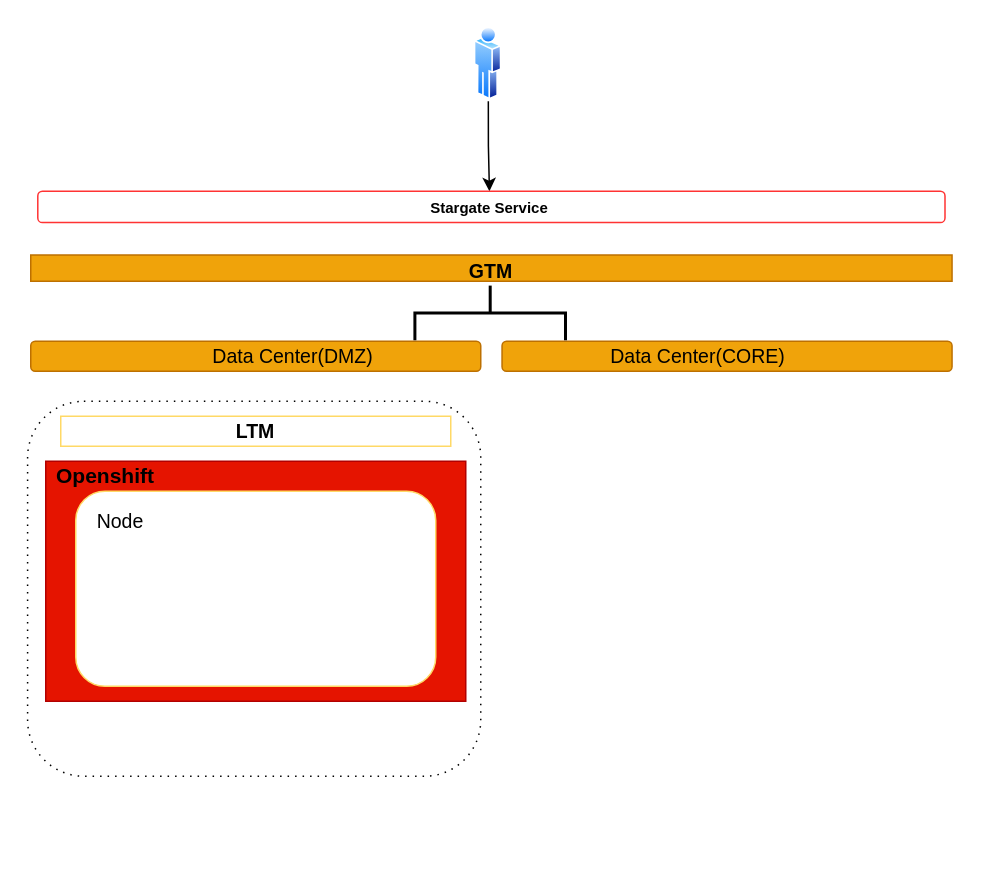
Above: app architecture.drawio in borraviram/hello (draw.io), before the change. Source tidied: cells renumbered, new cells numbered last; positions are measured from the earlier drawing's top-left corner, leaving out a move shared by most shapes. Both pictures are drawn from the tidied source at 150%, with x=0, y=0 at pixel (27, 26).
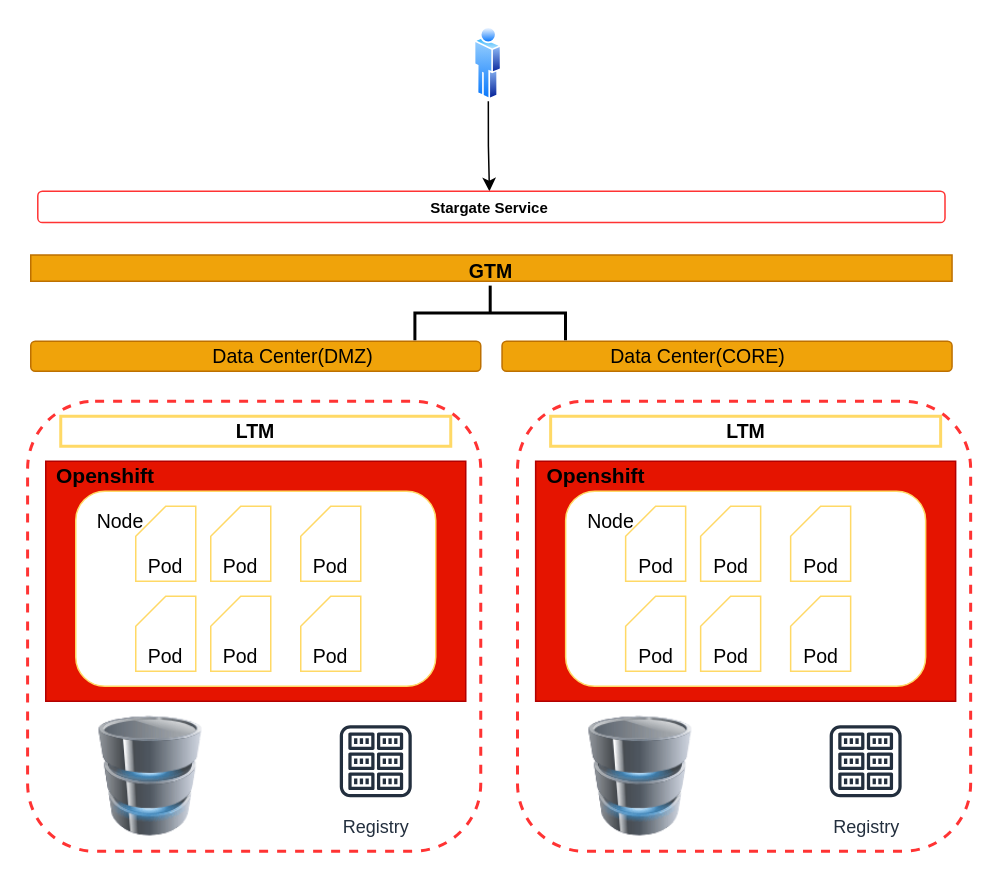
The same diagram, later.

Diff of the diagram source:
```diff
@@
-    <mxCell id="6" style="shape=ext;rounded=1;html=1;whiteSpace=wrap;dashed=1;dashPattern=1 4;fontSize=13;align=left;" parent="1" vertex="1">
-      <mxGeometry x="-0.1" y="250" width="302.1" height="250" as="geometry" />
+    <mxCell id="6" style="shape=ext;rounded=1;html=1;whiteSpace=wrap;dashed=1;fontSize=13;align=left;strokeColor=#FF3333;strokeWidth=2;" parent="1" vertex="1">
+      <mxGeometry x="-0.1" y="250" width="302.1" height="300" as="geometry" />
     </mxCell>
@@
-    <mxCell id="12" value="&lt;b&gt;LTM&lt;/b&gt;" style="rounded=0;whiteSpace=wrap;html=1;fontSize=13;strokeColor=#FFD966;" parent="1" vertex="1">
+    <mxCell id="12" value="&lt;b&gt;LTM&lt;/b&gt;" style="rounded=0;whiteSpace=wrap;html=1;fontSize=13;strokeColor=#FFD966;strokeWidth=2;" parent="1" vertex="1">
       <mxGeometry x="22" y="260" width="260" height="20" as="geometry" />
     </mxCell>
@@
+    <mxCell id="19" style="shape=card;whiteSpace=wrap;html=1;strokeColor=#FFD966;fontSize=13;size=20;" parent="1" vertex="1">
+      <mxGeometry x="72" y="320" width="40" height="50" as="geometry" />
+    </mxCell>
+    <mxCell id="20" style="shape=card;whiteSpace=wrap;html=1;strokeColor=#FFD966;fontSize=13;size=20;" parent="1" vertex="1">
+      <mxGeometry x="72" y="380" width="40" height="50" as="geometry" />
+    </mxCell>
+    <mxCell id="21" style="shape=card;whiteSpace=wrap;html=1;strokeColor=#FFD966;fontSize=13;size=20;" parent="1" vertex="1">
+      <mxGeometry x="182" y="320" width="40" height="50" as="geometry" />
+    </mxCell>
+    <mxCell id="22" style="shape=card;whiteSpace=wrap;html=1;strokeColor=#FFD966;fontSize=13;size=20;" parent="1" vertex="1">
+      <mxGeometry x="122" y="320" width="40" height="50" as="geometry" />
+    </mxCell>
+    <mxCell id="23" style="shape=card;whiteSpace=wrap;html=1;strokeColor=#FFD966;fontSize=13;size=20;" parent="1" vertex="1">
+      <mxGeometry x="182" y="380" width="40" height="50" as="geometry" />
+    </mxCell>
+    <mxCell id="24" style="shape=card;whiteSpace=wrap;html=1;strokeColor=#FFD966;fontSize=13;size=20;" parent="1" vertex="1">
+      <mxGeometry x="122" y="380" width="40" height="50" as="geometry" />
+    </mxCell>
+    <mxCell id="25" value="Pod" style="text;html=1;strokeColor=none;fillColor=none;align=center;verticalAlign=middle;whiteSpace=wrap;rounded=0;fontSize=13;" parent="1" vertex="1">
+      <mxGeometry x="72" y="350" width="40" height="20" as="geometry" />
+    </mxCell>
+    <mxCell id="26" value="Pod" style="text;html=1;strokeColor=none;fillColor=none;align=center;verticalAlign=middle;whiteSpace=wrap;rounded=0;fontSize=13;" parent="1" vertex="1">
+      <mxGeometry x="122" y="410" width="40" height="20" as="geometry" />
+    </mxCell>
+    <mxCell id="27" value="Pod" style="text;html=1;strokeColor=none;fillColor=none;align=center;verticalAlign=middle;whiteSpace=wrap;rounded=0;fontSize=13;" parent="1" vertex="1">
+      <mxGeometry x="72" y="410" width="40" height="20" as="geometry" />
+    </mxCell>
+    <mxCell id="28" value="Pod" style="text;html=1;strokeColor=none;fillColor=none;align=center;verticalAlign=middle;whiteSpace=wrap;rounded=0;fontSize=13;" parent="1" vertex="1">
+      <mxGeometry x="122" y="350" width="40" height="20" as="geometry" />
+    </mxCell>
+    <mxCell id="29" value="Pod" style="text;html=1;strokeColor=none;fillColor=none;align=center;verticalAlign=middle;whiteSpace=wrap;rounded=0;fontSize=13;" parent="1" vertex="1">
+      <mxGeometry x="182" y="350" width="40" height="20" as="geometry" />
+    </mxCell>
+    <mxCell id="30" value="Pod" style="text;html=1;strokeColor=none;fillColor=none;align=center;verticalAlign=middle;whiteSpace=wrap;rounded=0;fontSize=13;" parent="1" vertex="1">
+      <mxGeometry x="182" y="410" width="40" height="20" as="geometry" />
+    </mxCell>
+    <mxCell id="31" value="Registry" style="fontColor=#232F3E;gradientColor=none;strokeColor=#232F3E;fillColor=#ffffff;dashed=0;verticalLabelPosition=bottom;verticalAlign=top;align=center;html=1;fontSize=12;fontStyle=0;shape=mxgraph.aws4.resourceIcon;resIcon=mxgraph.aws4.registry;" parent="1" vertex="1">
+      <mxGeometry x="202" y="460" width="60" height="60" as="geometry" />
+    </mxCell>
+    <mxCell id="32" style="image;html=1;image=img/lib/clip_art/computers/Database_128x128.png;strokeColor=#FFD966;fontSize=13;" parent="1" vertex="1">
+      <mxGeometry x="42" y="460" width="80" height="80" as="geometry" />
+    </mxCell>
+    <mxCell id="33" style="shape=ext;rounded=1;html=1;whiteSpace=wrap;dashed=1;fontSize=13;align=left;strokeColor=#FF3333;strokeWidth=2;" parent="1" vertex="1">
+      <mxGeometry x="326.5" y="250" width="302.1" height="300" as="geometry" />
+    </mxCell>
+    <mxCell id="34" value="&lt;b&gt;LTM&lt;/b&gt;" style="rounded=0;whiteSpace=wrap;html=1;fontSize=13;strokeColor=#FFD966;strokeWidth=2;" parent="1" vertex="1">
+      <mxGeometry x="348.6" y="260" width="260" height="20" as="geometry" />
+    </mxCell>
+    <mxCell id="35" style="rounded=0;whiteSpace=wrap;html=1;strokeColor=#B20000;fontSize=13;fillColor=#e51400;fontColor=#ffffff;" parent="1" vertex="1">
+      <mxGeometry x="338.6" y="290" width="280" height="160" as="geometry" />
+    </mxCell>
+    <mxCell id="36" value="&lt;b&gt;&lt;font style=&quot;font-size: 14px&quot;&gt;Openshift&lt;/font&gt;&lt;/b&gt;" style="text;html=1;strokeColor=none;fillColor=none;align=center;verticalAlign=middle;whiteSpace=wrap;rounded=0;fontSize=13;" parent="1" vertex="1">
+      <mxGeometry x="358.6" y="290" width="40" height="20" as="geometry" />
+    </mxCell>
+    <mxCell id="37" style="rounded=1;whiteSpace=wrap;html=1;strokeColor=#FFD966;fontSize=13;" parent="1" vertex="1">
+      <mxGeometry x="358.6" y="310" width="240" height="130" as="geometry" />
+    </mxCell>
+    <mxCell id="38" value="Node" style="text;html=1;strokeColor=none;fillColor=none;align=center;verticalAlign=middle;whiteSpace=wrap;rounded=0;fontSize=13;" parent="1" vertex="1">
+      <mxGeometry x="368.6" y="320" width="40" height="20" as="geometry" />
+    </mxCell>
+    <mxCell id="39" style="shape=card;whiteSpace=wrap;html=1;strokeColor=#FFD966;fontSize=13;size=20;" parent="1" vertex="1">
+      <mxGeometry x="398.6" y="320" width="40" height="50" as="geometry" />
+    </mxCell>
+    <mxCell id="40" style="shape=card;whiteSpace=wrap;html=1;strokeColor=#FFD966;fontSize=13;size=20;" parent="1" vertex="1">
+      <mxGeometry x="398.6" y="380" width="40" height="50" as="geometry" />
+    </mxCell>
+    <mxCell id="41" style="shape=card;whiteSpace=wrap;html=1;strokeColor=#FFD966;fontSize=13;size=20;" parent="1" vertex="1">
+      <mxGeometry x="508.6" y="320" width="40" height="50" as="geometry" />
+    </mxCell>
+    <mxCell id="42" style="shape=card;whiteSpace=wrap;html=1;strokeColor=#FFD966;fontSize=13;size=20;" parent="1" vertex="1">
+      <mxGeometry x="448.6" y="320" width="40" height="50" as="geometry" />
+    </mxCell>
+    <mxCell id="43" style="shape=card;whiteSpace=wrap;html=1;strokeColor=#FFD966;fontSize=13;size=20;" parent="1" vertex="1">
+      <mxGeometry x="508.6" y="380" width="40" height="50" as="geometry" />
+    </mxCell>
+    <mxCell id="44" style="shape=card;whiteSpace=wrap;html=1;strokeColor=#FFD966;fontSize=13;size=20;" parent="1" vertex="1">
+      <mxGeometry x="448.6" y="380" width="40" height="50" as="geometry" />
+    </mxCell>
+    <mxCell id="45" value="Pod" style="text;html=1;strokeColor=none;fillColor=none;align=center;verticalAlign=middle;whiteSpace=wrap;rounded=0;fontSize=13;" parent="1" vertex="1">
+      <mxGeometry x="398.6" y="350" width="40" height="20" as="geometry" />
+    </mxCell>
+    <mxCell id="46" value="Pod" style="text;html=1;strokeColor=none;fillColor=none;align=center;verticalAlign=middle;whiteSpace=wrap;rounded=0;fontSize=13;" parent="1" vertex="1">
+      <mxGeometry x="448.6" y="410" width="40" height="20" as="geometry" />
+    </mxCell>
+    <mxCell id="47" value="Pod" style="text;html=1;strokeColor=none;fillColor=none;align=center;verticalAlign=middle;whiteSpace=wrap;rounded=0;fontSize=13;" parent="1" vertex="1">
+      <mxGeometry x="398.6" y="410" width="40" height="20" as="geometry" />
+    </mxCell>
+    <mxCell id="48" value="Pod" style="text;html=1;strokeColor=none;fillColor=none;align=center;verticalAlign=middle;whiteSpace=wrap;rounded=0;fontSize=13;" parent="1" vertex="1">
+      <mxGeometry x="448.6" y="350" width="40" height="20" as="geometry" />
+    </mxCell>
+    <mxCell id="49" value="Pod" style="text;html=1;strokeColor=none;fillColor=none;align=center;verticalAlign=middle;whiteSpace=wrap;rounded=0;fontSize=13;" parent="1" vertex="1">
+      <mxGeometry x="508.6" y="350" width="40" height="20" as="geometry" />
+    </mxCell>
+    <mxCell id="50" value="Pod" style="text;html=1;strokeColor=none;fillColor=none;align=center;verticalAlign=middle;whiteSpace=wrap;rounded=0;fontSize=13;" parent="1" vertex="1">
+      <mxGeometry x="508.6" y="410" width="40" height="20" as="geometry" />
+    </mxCell>
+    <mxCell id="51" value="Registry" style="fontColor=#232F3E;gradientColor=none;strokeColor=#232F3E;fillColor=#ffffff;dashed=0;verticalLabelPosition=bottom;verticalAlign=top;align=center;html=1;fontSize=12;fontStyle=0;shape=mxgraph.aws4.resourceIcon;resIcon=mxgraph.aws4.registry;" parent="1" vertex="1">
+      <mxGeometry x="528.6" y="460" width="60" height="60" as="geometry" />
+    </mxCell>
+    <mxCell id="52" style="image;html=1;image=img/lib/clip_art/computers/Database_128x128.png;strokeColor=#FFD966;fontSize=13;" parent="1" vertex="1">
+      <mxGeometry x="368.6" y="460" width="80" height="80" as="geometry" />
+    </mxCell>
```
